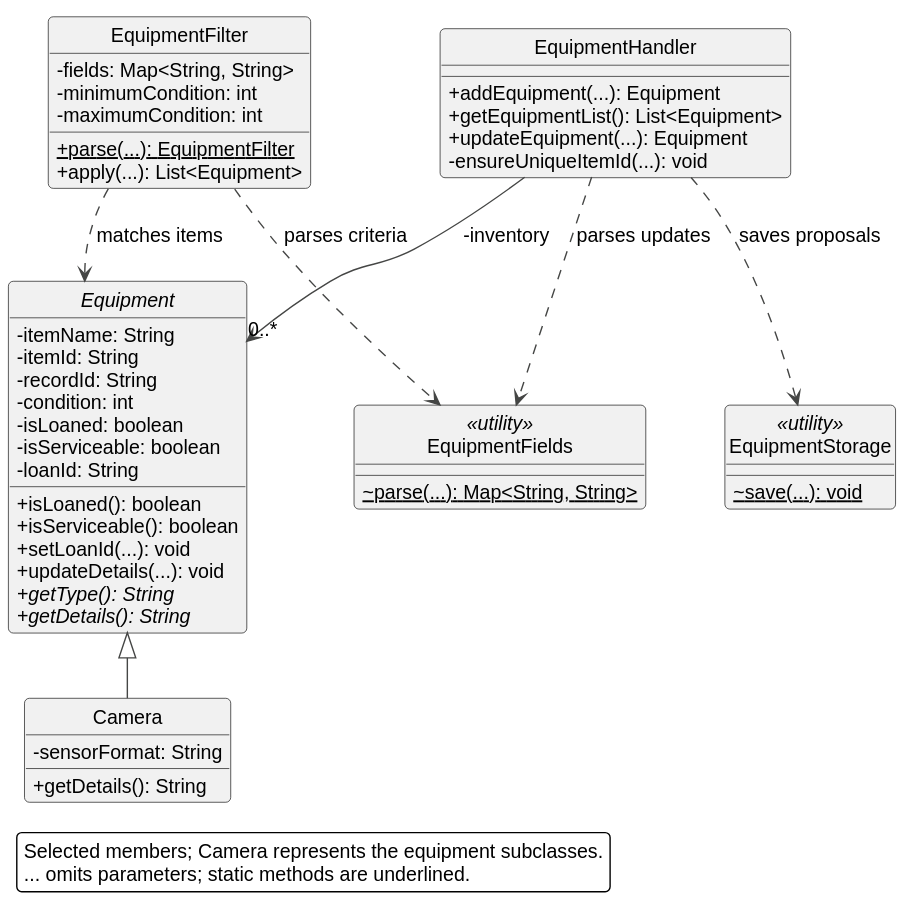
Earlier version of the PlantUML export docs/images/EquipmentClasses.svg (AY2627S1-CS2113-W13-1/tp).
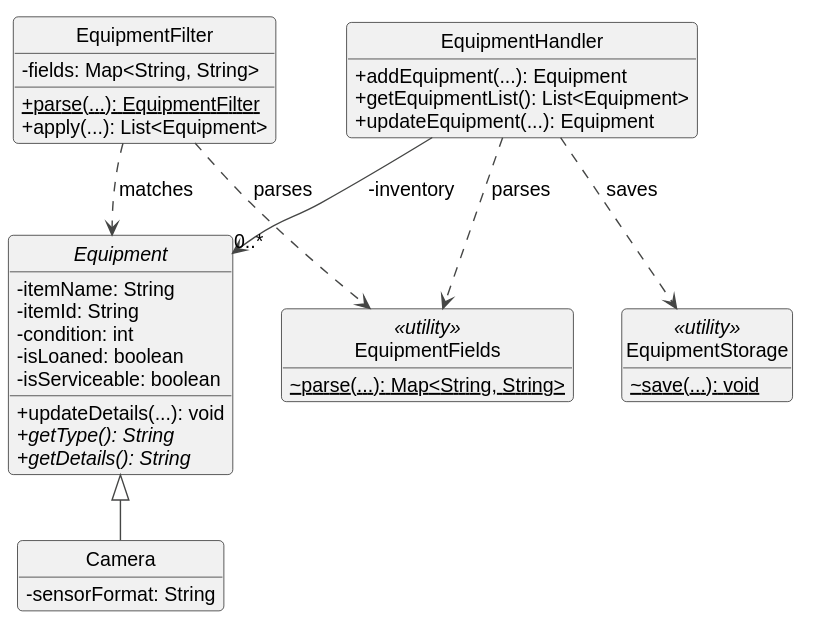
Above is the later version.

Commit message:
Simplify equipment class diagram

Remove routine getters and internal fields so the shared equipment structure is easier to read.

Change to the diagram source:
```diff
@@ -4,18 +4,16 @@
 skinparam linetype ortho
 skinparam nodesep 35
 skinparam ranksep 45
+hide empty members
 
 class EquipmentHandler {
     + addEquipment(...): Equipment
     + getEquipmentList(): List<Equipment>
     + updateEquipment(...): Equipment
-    - ensureUniqueItemId(...): void
 }
 
 class EquipmentFilter {
     - fields: Map<String, String>
-    - minimumCondition: int
-    - maximumCondition: int
     {static} + parse(...): EquipmentFilter
     + apply(...): List<Equipment>
 }
@@ -31,14 +29,9 @@
 abstract class Equipment {
     - itemName: String
     - itemId: String
-    - recordId: String
     - condition: int
     - isLoaned: boolean
     - isServiceable: boolean
-    - loanId: String
-    + isLoaned(): boolean
-    + isServiceable(): boolean
-    + setLoanId(...): void
     + updateDetails(...): void
     {abstract} + getType(): String
     {abstract} + getDetails(): String
@@ -46,18 +39,12 @@
 
 class Camera {
     - sensorFormat: String
-    + getDetails(): String
 }
 
 EquipmentHandler --> "0..*" Equipment : -inventory
-EquipmentHandler ..> EquipmentFields : parses updates
-EquipmentHandler ..> EquipmentStorage : saves proposals
-EquipmentFilter ..> EquipmentFields : parses criteria
-EquipmentFilter ..> Equipment : matches items
+EquipmentHandler ..> EquipmentFields : parses
+EquipmentHandler ..> EquipmentStorage : saves
+EquipmentFilter ..> EquipmentFields : parses
+EquipmentFilter ..> Equipment : matches
 Equipment <|-- Camera
-
-legend bottom left
-Selected members; Camera represents the equipment subclasses.
-... omits parameters; static methods are underlined.
-endlegend
 @enduml
```
